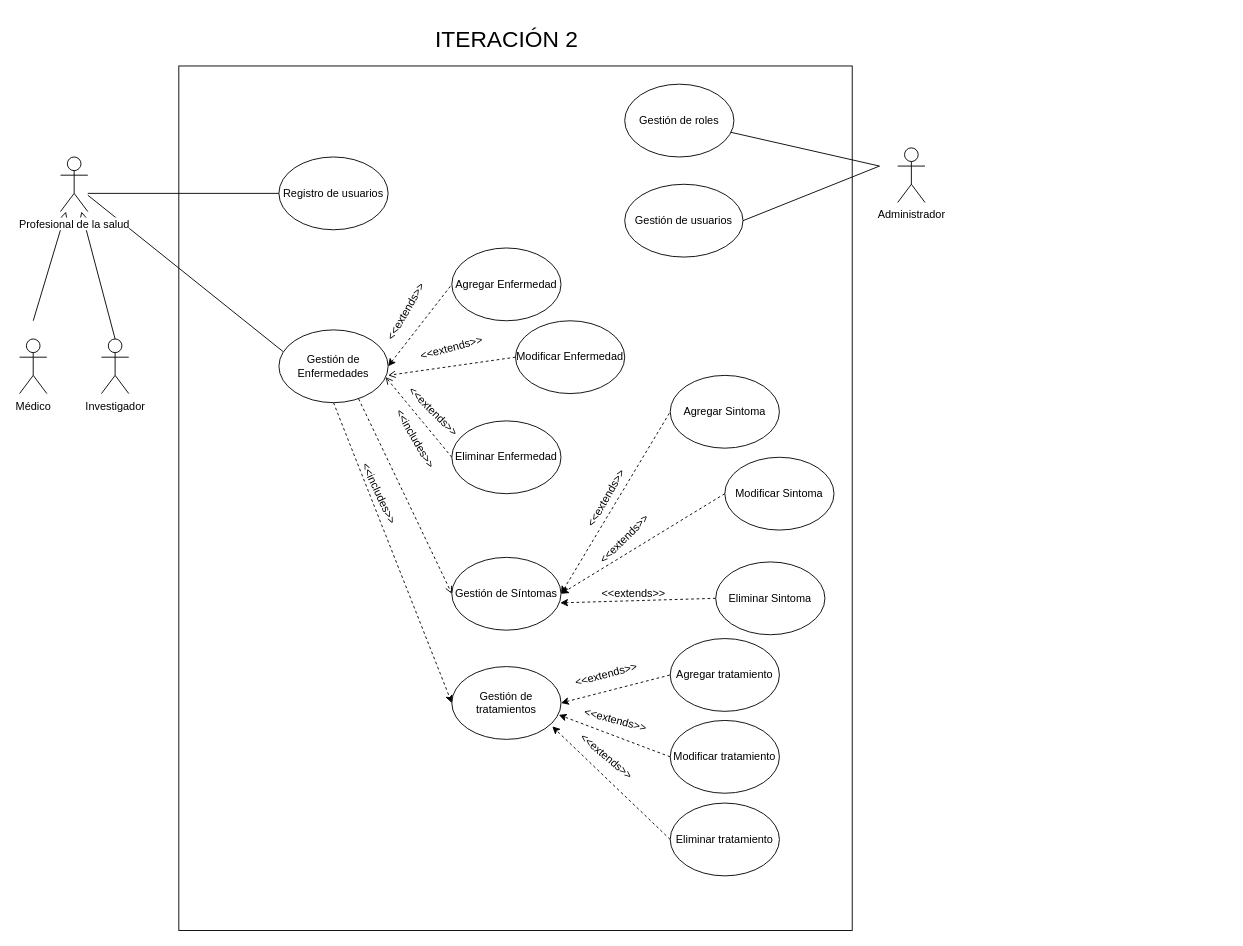
The draw.io diagram MET/CU-IT2.drawio in NeutronBlast/IS-Ex, before the edit. Source tidied: cells renumbered, new cells numbered last; positions are measured from the earlier drawing's top-left corner, leaving out a move shared by most shapes. Both pictures are drawn from the tidied source at 91%, with x=0, y=0 at pixel (19, 29).
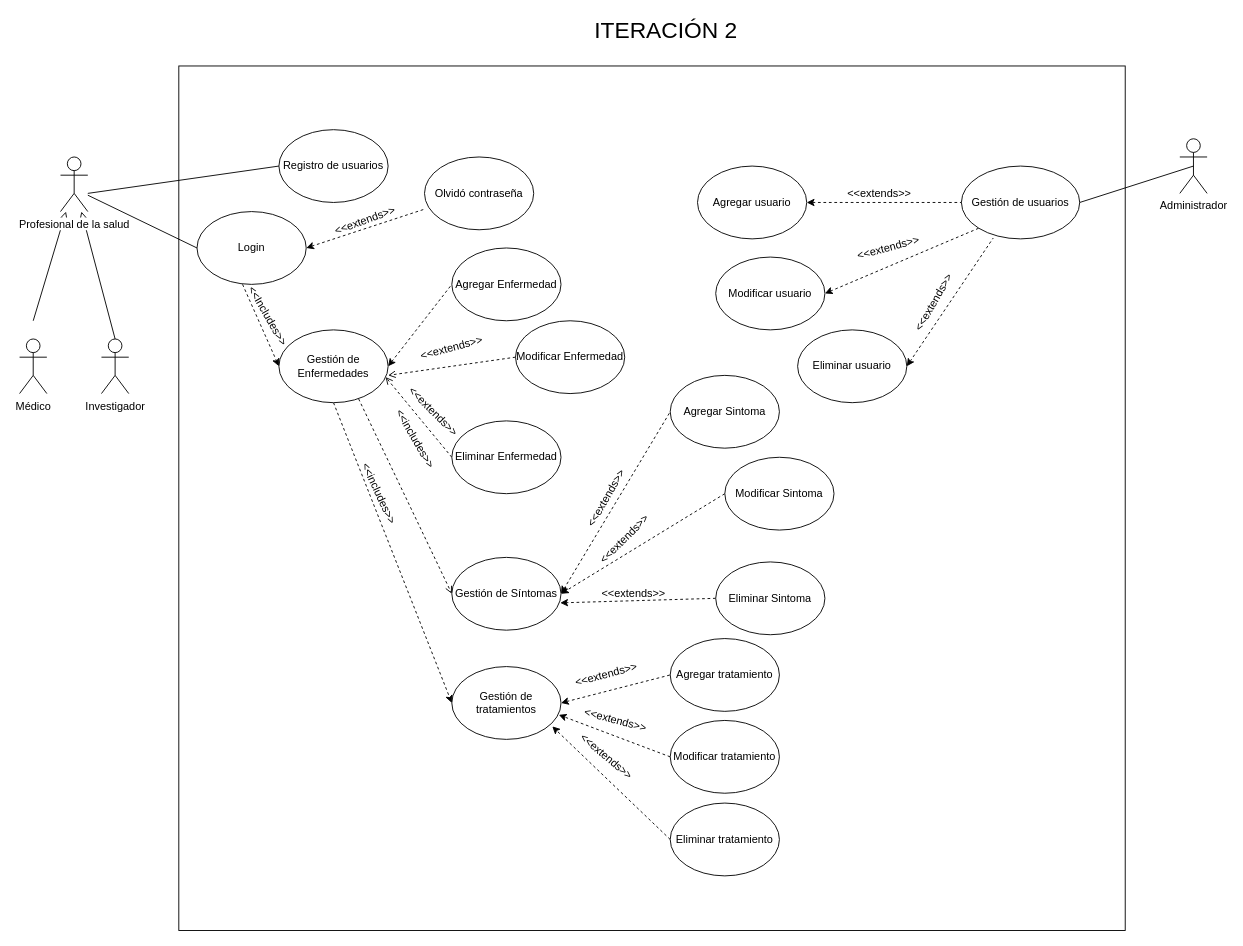
The same page after the edit.

The change refers to these unchanged cells:
```xml
<mxCell id="13" value="Gestión de Enfermedades" style="ellipse;whiteSpace=wrap;html=1;" parent="1" vertex="1">
  <mxGeometry x="285" y="330" width="120" height="80" as="geometry" />
</mxCell>
```

Diff of the diagram source:
```diff
@@
     <mxCell id="2" style="whiteSpace=wrap;html=1;" parent="1" vertex="1">
-      <mxGeometry x="175" y="40" width="740" height="950" as="geometry" />
+      <mxGeometry x="175" y="40" width="1040" height="950" as="geometry" />
     </mxCell>
     <mxCell id="3" value="&lt;font style=&quot;font-size: 25px&quot;&gt;ITERACIÓN 2&lt;/font&gt;" style="text;html=1;align=center;verticalAlign=middle;" parent="1" vertex="1">
-      <mxGeometry x="450" width="170" height="20" as="geometry" />
+      <mxGeometry x="625" y="-10" width="170" height="20" as="geometry" />
     </mxCell>
     <mxCell id="4" value="Administrador" style="shape=umlActor;verticalLabelPosition=bottom;labelBackgroundColor=#ffffff;verticalAlign=top;html=1;outlineConnect=0;" parent="1" vertex="1">
-      <mxGeometry x="965" y="130" width="30" height="60" as="geometry" />
+      <mxGeometry x="1275" y="120" width="30" height="60" as="geometry" />
     </mxCell>
@@
-    <mxCell id="8" style="edgeStyle=none;rounded=0;jettySize=auto;html=1;startArrow=none;startFill=0;endArrow=none;endFill=0;" parent="1" edge="1" source="9">
-      <mxGeometry relative="1" as="geometry">
-        <mxPoint x="945" y="150" as="targetPoint" />
-      </mxGeometry>
-    </mxCell>
-    <mxCell id="9" value="Gestión de roles" style="ellipse;whiteSpace=wrap;html=1;" parent="1" vertex="1">
-      <mxGeometry x="665" y="60" width="120" height="80" as="geometry" />
-    </mxCell>
@@
     <mxCell id="27" value="Registro de usuarios" style="ellipse;whiteSpace=wrap;html=1;" parent="1" vertex="1">
-      <mxGeometry x="285" y="140" width="120" height="80" as="geometry" />
+      <mxGeometry x="285" y="110" width="120" height="80" as="geometry" />
     </mxCell>
@@
-    <mxCell id="36" style="edgeStyle=none;rounded=0;jettySize=auto;html=1;entryX=0.037;entryY=0.297;entryDx=0;entryDy=0;entryPerimeter=0;startArrow=none;startFill=0;endArrow=none;endFill=0;" parent="1" edge="1" target="13">
+    <mxCell id="36" style="edgeStyle=none;rounded=0;jettySize=auto;html=1;entryX=0;entryY=0.5;entryDx=0;entryDy=0;startArrow=none;startFill=0;endArrow=none;endFill=0;" parent="1" edge="1" target="60">
       <mxGeometry relative="1" as="geometry">
         <mxPoint x="75" y="182" as="sourcePoint" />
       </mxGeometry>
     </mxCell>
@@
-    <mxCell id="38" value="&amp;lt;&amp;lt;extends&amp;gt;&amp;gt;" style="text;html=1;strokeColor=none;fillColor=none;align=center;verticalAlign=middle;whiteSpace=wrap;rounded=0;rotation=-60;" parent="1" vertex="1">
-      <mxGeometry x="405" y="300" width="40" height="20" as="geometry" />
+    <mxCell id="38" value="&amp;lt;&amp;lt;extends&amp;gt;&amp;gt;" style="text;html=1;strokeColor=none;fillColor=none;align=center;verticalAlign=middle;whiteSpace=wrap;rounded=0;rotation=-20;" parent="1" vertex="1">
+      <mxGeometry x="360" y="200" width="40" height="20" as="geometry" />
     </mxCell>
@@
     <mxCell id="49" value="Gestión de usuarios" style="ellipse;whiteSpace=wrap;html=1;" parent="1" vertex="1">
-      <mxGeometry x="665" y="170" width="130" height="80" as="geometry" />
+      <mxGeometry x="1035" y="150" width="130" height="80" as="geometry" />
     </mxCell>
-    <mxCell id="50" style="edgeStyle=none;rounded=0;jettySize=auto;html=1;startArrow=none;startFill=0;endArrow=none;endFill=0;exitX=1;exitY=0.5;exitDx=0;exitDy=0;" parent="1" edge="1" source="49">
-      <mxGeometry relative="1" as="geometry">
-        <mxPoint x="945" y="150" as="targetPoint" />
-      </mxGeometry>
+    <mxCell id="50" style="edgeStyle=none;rounded=0;jettySize=auto;html=1;startArrow=none;startFill=0;endArrow=none;endFill=0;exitX=1;exitY=0.5;exitDx=0;exitDy=0;entryX=0.5;entryY=0.5;entryDx=0;entryDy=0;entryPerimeter=0;" parent="1" edge="1" source="49" target="4">
+      <mxGeometry relative="1" as="geometry" />
     </mxCell>
+    <mxCell id="51" value="Agregar usuario" style="ellipse;whiteSpace=wrap;html=1;" parent="1" vertex="1">
+      <mxGeometry x="745" y="150" width="120" height="80" as="geometry" />
+    </mxCell>
+    <mxCell id="52" style="rounded=0;jettySize=auto;html=1;exitX=1;exitY=0.5;exitDx=0;exitDy=0;entryX=0;entryY=0.5;entryDx=0;entryDy=0;endArrow=none;endFill=0;startArrow=classic;startFill=1;dashed=1;" parent="1" edge="1" source="51" target="49">
+      <mxGeometry relative="1" as="geometry" />
+    </mxCell>
+    <mxCell id="53" value="&amp;lt;&amp;lt;extends&amp;gt;&amp;gt;" style="text;html=1;strokeColor=none;fillColor=none;align=center;verticalAlign=middle;whiteSpace=wrap;rounded=0;rotation=0;" parent="1" vertex="1">
+      <mxGeometry x="925" y="170" width="40" height="20" as="geometry" />
+    </mxCell>
+    <mxCell id="54" value="Modificar usuario" style="ellipse;whiteSpace=wrap;html=1;" parent="1" vertex="1">
+      <mxGeometry x="765" y="250" width="120" height="80" as="geometry" />
+    </mxCell>
+    <mxCell id="55" style="rounded=0;jettySize=auto;html=1;exitX=1;exitY=0.5;exitDx=0;exitDy=0;entryX=0;entryY=1;entryDx=0;entryDy=0;endArrow=none;endFill=0;startArrow=classic;startFill=1;dashed=1;" parent="1" edge="1" source="54" target="49">
+      <mxGeometry relative="1" as="geometry" />
+    </mxCell>
+    <mxCell id="56" value="&amp;lt;&amp;lt;extends&amp;gt;&amp;gt;" style="text;html=1;strokeColor=none;fillColor=none;align=center;verticalAlign=middle;whiteSpace=wrap;rounded=0;rotation=-15;" parent="1" vertex="1">
+      <mxGeometry x="935" y="230" width="40" height="20" as="geometry" />
+    </mxCell>
+    <mxCell id="57" value="Eliminar usuario" style="ellipse;whiteSpace=wrap;html=1;" parent="1" vertex="1">
+      <mxGeometry x="855" y="330" width="120" height="80" as="geometry" />
+    </mxCell>
+    <mxCell id="58" style="rounded=0;jettySize=auto;html=1;exitX=1;exitY=0.5;exitDx=0;exitDy=0;endArrow=none;endFill=0;startArrow=classic;startFill=1;dashed=1;entryX=0.269;entryY=0.988;entryDx=0;entryDy=0;entryPerimeter=0;" parent="1" edge="1" source="57" target="49">
+      <mxGeometry relative="1" as="geometry" />
+    </mxCell>
+    <mxCell id="59" value="&amp;lt;&amp;lt;extends&amp;gt;&amp;gt;" style="text;html=1;strokeColor=none;fillColor=none;align=center;verticalAlign=middle;whiteSpace=wrap;rounded=0;rotation=-60;" parent="1" vertex="1">
+      <mxGeometry x="985" y="290" width="40" height="20" as="geometry" />
+    </mxCell>
+    <mxCell id="60" value="Login" style="ellipse;whiteSpace=wrap;html=1;" parent="1" vertex="1">
+      <mxGeometry x="195" y="200" width="120" height="80" as="geometry" />
+    </mxCell>
+    <mxCell id="61" style="rounded=0;jettySize=auto;html=1;exitX=0.417;exitY=1;exitDx=0;exitDy=0;endArrow=classic;endFill=1;startArrow=none;startFill=0;dashed=1;exitPerimeter=0;entryX=0;entryY=0.5;entryDx=0;entryDy=0;" parent="1" edge="1" source="60" target="13">
+      <mxGeometry relative="1" as="geometry" />
+    </mxCell>
+    <mxCell id="62" value="&amp;lt;&amp;lt;Includes&amp;gt;&amp;gt;" style="text;html=1;strokeColor=none;fillColor=none;align=center;verticalAlign=middle;whiteSpace=wrap;rounded=0;rotation=60;" parent="1" vertex="1">
+      <mxGeometry x="228" y="304.9" width="90" height="20" as="geometry" />
+    </mxCell>
+    <mxCell id="63" value="Olvidó contraseña" style="ellipse;whiteSpace=wrap;html=1;" parent="1" vertex="1">
+      <mxGeometry x="445" y="140" width="120" height="80" as="geometry" />
+    </mxCell>
+    <mxCell id="64" style="rounded=0;jettySize=auto;html=1;entryX=0.008;entryY=0.713;entryDx=0;entryDy=0;endArrow=none;endFill=0;startArrow=classic;startFill=1;dashed=1;entryPerimeter=0;exitX=1;exitY=0.5;exitDx=0;exitDy=0;" parent="1" edge="1" source="60" target="63">
+      <mxGeometry relative="1" as="geometry" />
+    </mxCell>
```
